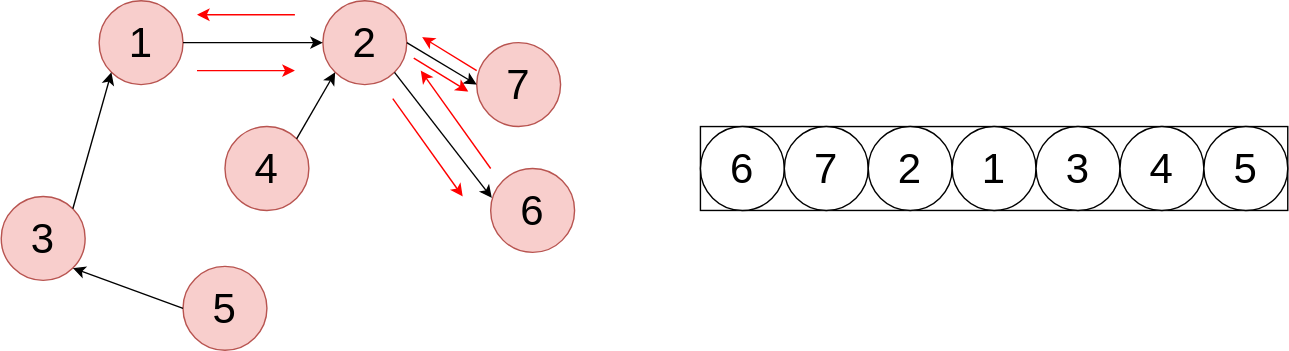
Before: static/img/svg/Algorithm/topological-sort/topological-sort-16.drawio.svg, a diagram exported from draw.io (koseki2580/study-docs). Source tidied: cells renumbered, new cells last; positions are measured from the earlier drawing's top-left corner, leaving out a move shared by most shapes. Its diagram source:
```xml
<mxGraphModel>
  <root>
    <mxCell id="0" />
    <mxCell id="1" parent="0" />
    <mxCell id="2" value="1" style="ellipse;whiteSpace=wrap;html=1;fontSize=30;fillColor=#f8cecc;strokeColor=#b85450;" parent="1" vertex="1">
      <mxGeometry x="70" width="60" height="60" as="geometry" />
    </mxCell>
    <mxCell id="3" value="2" style="ellipse;whiteSpace=wrap;html=1;fontSize=30;fillColor=#f8cecc;strokeColor=#b85450;" parent="1" vertex="1">
      <mxGeometry x="230" width="60" height="60" as="geometry" />
    </mxCell>
    <mxCell id="4" value="3" style="ellipse;whiteSpace=wrap;html=1;fontSize=30;fillColor=#f8cecc;strokeColor=#b85450;" parent="1" vertex="1">
      <mxGeometry y="140" width="60" height="60" as="geometry" />
    </mxCell>
    <mxCell id="5" value="5" style="ellipse;whiteSpace=wrap;html=1;fontSize=30;fillColor=#f8cecc;strokeColor=#b85450;" parent="1" vertex="1">
      <mxGeometry x="130" y="190" width="60" height="60" as="geometry" />
    </mxCell>
    <mxCell id="6" value="7" style="ellipse;whiteSpace=wrap;html=1;fontSize=30;fillColor=#f8cecc;strokeColor=#b85450;" parent="1" vertex="1">
      <mxGeometry x="340" y="30" width="60" height="60" as="geometry" />
    </mxCell>
    <mxCell id="7" value="4" style="ellipse;whiteSpace=wrap;html=1;fontSize=30;fillColor=#f8cecc;strokeColor=#b85450;" parent="1" vertex="1">
      <mxGeometry x="160" y="90" width="60" height="60" as="geometry" />
    </mxCell>
    <mxCell id="8" value="6" style="ellipse;whiteSpace=wrap;html=1;fontSize=30;fillColor=#f8cecc;strokeColor=#b85450;" parent="1" vertex="1">
      <mxGeometry x="350" y="120" width="60" height="60" as="geometry" />
    </mxCell>
    <mxCell id="9" style="endArrow=classic;html=1;fontSize=30;exitX=0;exitY=0.5;exitDx=0;exitDy=0;entryX=1;entryY=1;entryDx=0;entryDy=0;" parent="1" edge="1" source="5" target="4">
      <mxGeometry relative="1" as="geometry" />
    </mxCell>
    <mxCell id="10" style="endArrow=classic;html=1;fontSize=30;exitX=1;exitY=0;exitDx=0;exitDy=0;entryX=0;entryY=1;entryDx=0;entryDy=0;" parent="1" edge="1" source="4" target="2">
      <mxGeometry relative="1" as="geometry" />
    </mxCell>
    <mxCell id="11" style="endArrow=classic;html=1;fontSize=30;exitX=1;exitY=0;exitDx=0;exitDy=0;entryX=0;entryY=1;entryDx=0;entryDy=0;" parent="1" edge="1" source="7" target="3">
      <mxGeometry relative="1" as="geometry" />
    </mxCell>
    <mxCell id="12" style="endArrow=classic;html=1;fontSize=30;exitX=1;exitY=0.5;exitDx=0;exitDy=0;entryX=0;entryY=0.5;entryDx=0;entryDy=0;" parent="1" edge="1" source="2" target="3">
      <mxGeometry relative="1" as="geometry" />
    </mxCell>
    <mxCell id="13" style="endArrow=classic;html=1;fontSize=30;exitX=1;exitY=0.5;exitDx=0;exitDy=0;entryX=0;entryY=0.5;entryDx=0;entryDy=0;" parent="1" edge="1" source="3" target="6">
      <mxGeometry relative="1" as="geometry" />
    </mxCell>
    <mxCell id="14" style="endArrow=classic;html=1;fontSize=30;exitX=1;exitY=1;exitDx=0;exitDy=0;entryX=0.014;entryY=0.35;entryDx=0;entryDy=0;entryPerimeter=0;" parent="1" edge="1" source="3" target="8">
      <mxGeometry relative="1" as="geometry" />
    </mxCell>
    <mxCell id="15" style="endArrow=classic;html=1;strokeColor=#FF0000;" parent="1" edge="1">
      <mxGeometry relative="1" as="geometry">
        <mxPoint x="140" y="50" as="sourcePoint" />
        <mxPoint x="210" y="50" as="targetPoint" />
      </mxGeometry>
    </mxCell>
    <mxCell id="16" style="endArrow=classic;html=1;strokeColor=#FF0000;" parent="1" edge="1">
      <mxGeometry relative="1" as="geometry">
        <mxPoint x="280" y="70" as="sourcePoint" />
        <mxPoint x="330" y="140" as="targetPoint" />
      </mxGeometry>
    </mxCell>
    <mxCell id="17" style="endArrow=classic;html=1;strokeColor=#FF0000;" parent="1" edge="1">
      <mxGeometry relative="1" as="geometry">
        <mxPoint x="350" y="120" as="sourcePoint" />
        <mxPoint x="300" y="50" as="targetPoint" />
      </mxGeometry>
    </mxCell>
    <mxCell id="18" style="rounded=0;whiteSpace=wrap;html=1;strokeColor=default;fillColor=default;" parent="1" vertex="1">
      <mxGeometry x="500" y="90" width="420" height="60" as="geometry" />
    </mxCell>
    <mxCell id="19" value="6" style="ellipse;whiteSpace=wrap;html=1;fontSize=30;" parent="1" vertex="1">
      <mxGeometry x="500" y="90" width="60" height="60" as="geometry" />
    </mxCell>
    <mxCell id="20" style="endArrow=classic;html=1;strokeColor=#FF0000;" parent="1" edge="1">
      <mxGeometry relative="1" as="geometry">
        <mxPoint x="295" y="41" as="sourcePoint" />
        <mxPoint x="334" y="65" as="targetPoint" />
      </mxGeometry>
    </mxCell>
    <mxCell id="21" style="endArrow=classic;html=1;strokeColor=#FF0000;" parent="1" edge="1">
      <mxGeometry relative="1" as="geometry">
        <mxPoint x="340" y="50" as="sourcePoint" />
        <mxPoint x="301" y="26" as="targetPoint" />
      </mxGeometry>
    </mxCell>
    <mxCell id="22" value="7" style="ellipse;whiteSpace=wrap;html=1;fontSize=30;" parent="1" vertex="1">
      <mxGeometry x="560" y="90" width="60" height="60" as="geometry" />
    </mxCell>
    <mxCell id="23" style="endArrow=classic;html=1;strokeColor=#FF0000;" parent="1" edge="1">
      <mxGeometry relative="1" as="geometry">
        <mxPoint x="210" y="10" as="sourcePoint" />
        <mxPoint x="140" y="10" as="targetPoint" />
      </mxGeometry>
    </mxCell>
    <mxCell id="24" value="2" style="ellipse;whiteSpace=wrap;html=1;fontSize=30;" parent="1" vertex="1">
      <mxGeometry x="620" y="90" width="60" height="60" as="geometry" />
    </mxCell>
    <mxCell id="25" value="1" style="ellipse;whiteSpace=wrap;html=1;fontSize=30;" parent="1" vertex="1">
      <mxGeometry x="680" y="90" width="60" height="60" as="geometry" />
    </mxCell>
    <mxCell id="26" value="3" style="ellipse;whiteSpace=wrap;html=1;fontSize=30;" parent="1" vertex="1">
      <mxGeometry x="740" y="90" width="60" height="60" as="geometry" />
    </mxCell>
    <mxCell id="27" value="4" style="ellipse;whiteSpace=wrap;html=1;fontSize=30;" parent="1" vertex="1">
      <mxGeometry x="800" y="90" width="60" height="60" as="geometry" />
    </mxCell>
    <mxCell id="28" value="5" style="ellipse;whiteSpace=wrap;html=1;fontSize=30;" parent="1" vertex="1">
      <mxGeometry x="860" y="90" width="60" height="60" as="geometry" />
    </mxCell>
  </root>
</mxGraphModel>
```
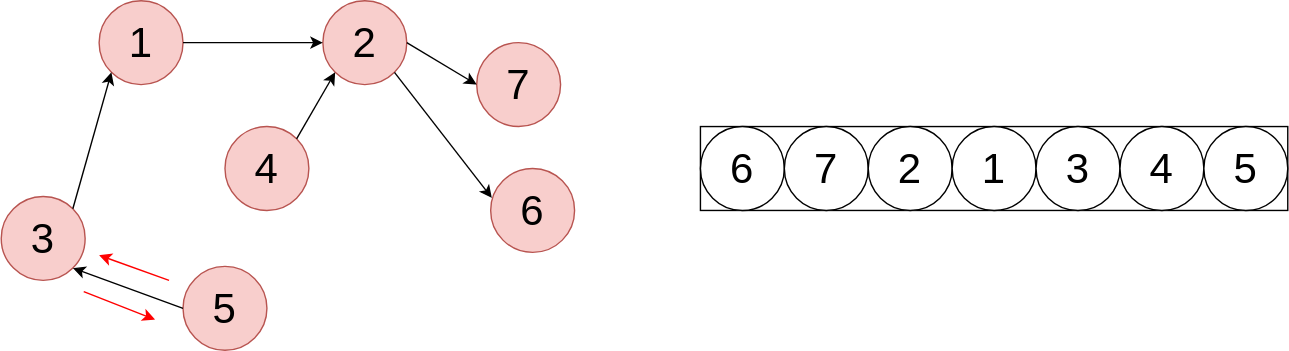
The same diagram one commit later.

Diff of the diagram source:
```diff
@@ -41,24 +41,6 @@
     <mxCell id="14" style="endArrow=classic;html=1;fontSize=30;exitX=1;exitY=1;exitDx=0;exitDy=0;entryX=0.014;entryY=0.35;entryDx=0;entryDy=0;entryPerimeter=0;" parent="1" edge="1" source="3" target="8">
       <mxGeometry relative="1" as="geometry" />
     </mxCell>
-    <mxCell id="15" style="endArrow=classic;html=1;strokeColor=#FF0000;" parent="1" edge="1">
-      <mxGeometry relative="1" as="geometry">
-        <mxPoint x="140" y="50" as="sourcePoint" />
-        <mxPoint x="210" y="50" as="targetPoint" />
-      </mxGeometry>
-    </mxCell>
-    <mxCell id="16" style="endArrow=classic;html=1;strokeColor=#FF0000;" parent="1" edge="1">
-      <mxGeometry relative="1" as="geometry">
-        <mxPoint x="280" y="70" as="sourcePoint" />
-        <mxPoint x="330" y="140" as="targetPoint" />
-      </mxGeometry>
-    </mxCell>
-    <mxCell id="17" style="endArrow=classic;html=1;strokeColor=#FF0000;" parent="1" edge="1">
-      <mxGeometry relative="1" as="geometry">
-        <mxPoint x="350" y="120" as="sourcePoint" />
-        <mxPoint x="300" y="50" as="targetPoint" />
-      </mxGeometry>
-    </mxCell>
     <mxCell id="18" style="rounded=0;whiteSpace=wrap;html=1;strokeColor=default;fillColor=default;" parent="1" vertex="1">
       <mxGeometry x="500" y="90" width="420" height="60" as="geometry" />
     </mxCell>
@@ -67,25 +49,13 @@
     </mxCell>
     <mxCell id="20" style="endArrow=classic;html=1;strokeColor=#FF0000;" parent="1" edge="1">
       <mxGeometry relative="1" as="geometry">
-        <mxPoint x="295" y="41" as="sourcePoint" />
-        <mxPoint x="334" y="65" as="targetPoint" />
+        <mxPoint x="59" y="208" as="sourcePoint" />
+        <mxPoint x="110" y="228" as="targetPoint" />
       </mxGeometry>
     </mxCell>
-    <mxCell id="21" style="endArrow=classic;html=1;strokeColor=#FF0000;" parent="1" edge="1">
-      <mxGeometry relative="1" as="geometry">
-        <mxPoint x="340" y="50" as="sourcePoint" />
-        <mxPoint x="301" y="26" as="targetPoint" />
-      </mxGeometry>
-    </mxCell>
     <mxCell id="22" value="7" style="ellipse;whiteSpace=wrap;html=1;fontSize=30;" parent="1" vertex="1">
       <mxGeometry x="560" y="90" width="60" height="60" as="geometry" />
     </mxCell>
-    <mxCell id="23" style="endArrow=classic;html=1;strokeColor=#FF0000;" parent="1" edge="1">
-      <mxGeometry relative="1" as="geometry">
-        <mxPoint x="210" y="10" as="sourcePoint" />
-        <mxPoint x="140" y="10" as="targetPoint" />
-      </mxGeometry>
-    </mxCell>
     <mxCell id="24" value="2" style="ellipse;whiteSpace=wrap;html=1;fontSize=30;" parent="1" vertex="1">
       <mxGeometry x="620" y="90" width="60" height="60" as="geometry" />
     </mxCell>
@@ -101,5 +71,11 @@
     <mxCell id="28" value="5" style="ellipse;whiteSpace=wrap;html=1;fontSize=30;" parent="1" vertex="1">
       <mxGeometry x="860" y="90" width="60" height="60" as="geometry" />
     </mxCell>
+    <mxCell id="29" style="endArrow=classic;html=1;strokeColor=#FF0000;" parent="1" edge="1">
+      <mxGeometry relative="1" as="geometry">
+        <mxPoint x="120" y="200" as="sourcePoint" />
+        <mxPoint x="70" y="182" as="targetPoint" />
+      </mxGeometry>
+    </mxCell>
   </root>
 </mxGraphModel>
```
